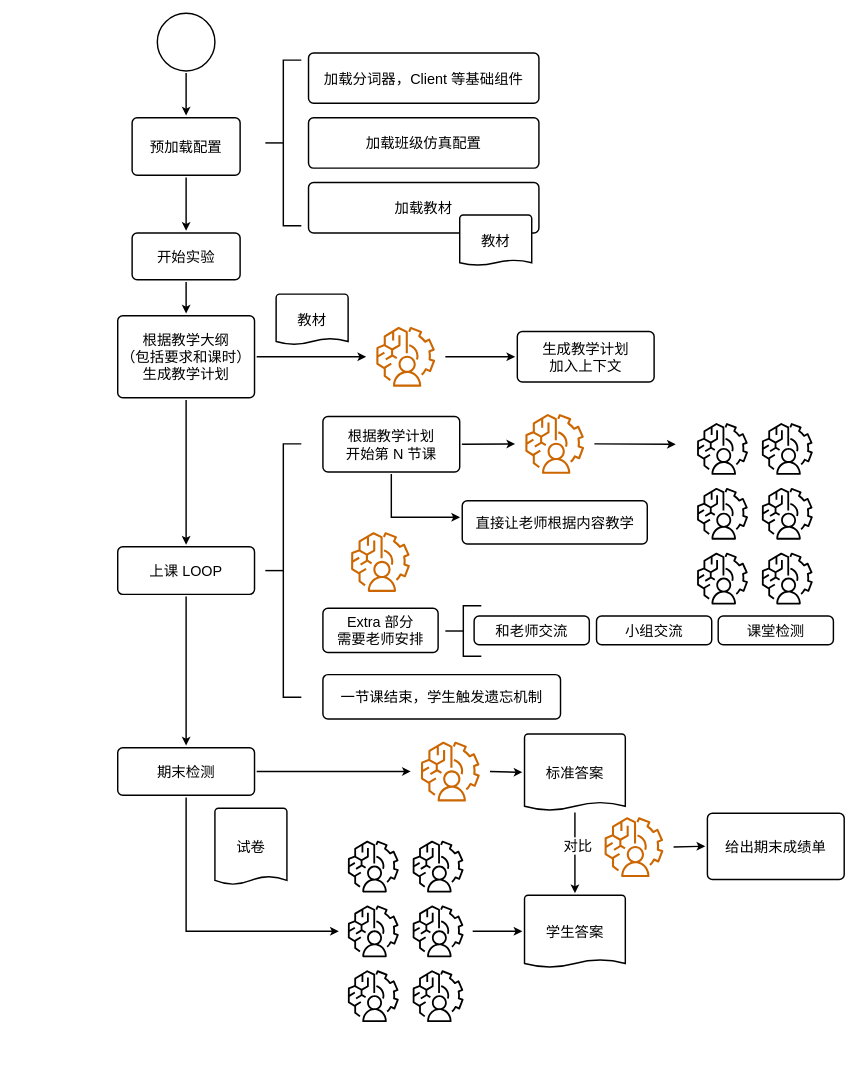
DAWN0ER/ai-class keeps this draw.io diagram as 实验流程.drawio. Above is the earlier version. Source tidied: cells renumbered, new cells numbered last; positions are measured from the earlier drawing's top-left corner, leaving out a move shared by most shapes. Both pictures are drawn from the tidied source at 72%, with x=0, y=0 at pixel (117, 13).
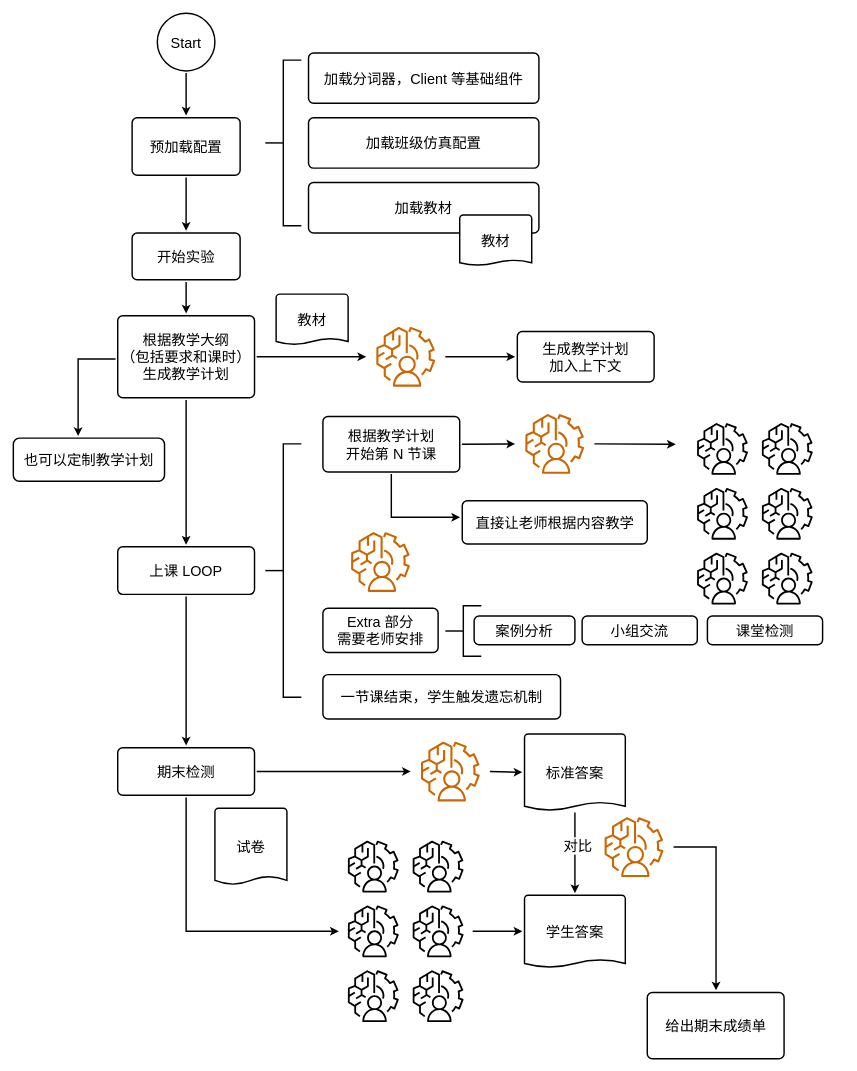
After the change.

Unchanged cells that the change refers to:
```xml
<mxCell id="17" value="根据教学大纲&lt;br&gt;（包括要求和课时）&lt;br&gt;生成教学计划" style="rounded=1;whiteSpace=wrap;html=1;absoluteArcSize=1;arcSize=14;strokeWidth=2;strokeColor=default;align=center;verticalAlign=middle;fontFamily=Helvetica;fontSize=20;fontColor=default;fillColor=default;" parent="1" vertex="1">
  <mxGeometry y="420" width="190" height="114" as="geometry" />
</mxCell>
<mxCell id="60" style="sketch=0;points=[[0,0,0],[0.25,0,0],[0.5,0,0],[0.75,0,0],[1,0,0],[0,1,0],[0.25,1,0],[0.5,1,0],[0.75,1,0],[1,1,0],[0,0.25,0],[0,0.5,0],[0,0.75,0],[1,0.25,0],[1,0.5,0],[1,0.75,0]];outlineConnect=0;fillColor=none;strokeColor=#CC6600;dashed=0;verticalLabelPosition=bottom;verticalAlign=top;align=center;html=1;fontSize=12;fontStyle=0;shape=mxgraph.aws4.resourceIcon;resIcon=mxgraph.aws4.augmented_ai;rounded=1;strokeWidth=2;fontFamily=Helvetica;" parent="1" vertex="1">
  <mxGeometry x="665" y="1106" width="104" height="104" as="geometry" />
</mxCell>
```

What changed in the source:
```diff
@@
-    <mxCell id="5" style="strokeWidth=2;html=1;shape=mxgraph.flowchart.start_2;whiteSpace=wrap;rounded=1;strokeColor=default;align=center;verticalAlign=middle;fontFamily=Helvetica;fontSize=20;fontColor=default;fillColor=default;" parent="1" vertex="1">
+    <mxCell id="5" value="Start" style="strokeWidth=2;html=1;shape=mxgraph.flowchart.start_2;whiteSpace=wrap;rounded=1;strokeColor=default;align=center;verticalAlign=middle;fontFamily=Helvetica;fontSize=20;fontColor=default;fillColor=default;" parent="1" vertex="1">
       <mxGeometry x="55" width="80" height="80" as="geometry" />
     </mxCell>
@@
+    <mxCell id="62" style="edgeStyle=orthogonalEdgeStyle;rounded=0;jettySize=auto;html=1;fontSize=20;strokeWidth=2;sourcePerimeterSpacing=3;targetPerimeterSpacing=3;" parent="1" edge="1" source="17" target="63">
+      <mxGeometry relative="1" as="geometry">
+        <Array as="points">
+          <mxPoint x="-55" y="480" />
+        </Array>
+      </mxGeometry>
+    </mxCell>
@@
     <mxCell id="37" value="小组交流" style="rounded=1;whiteSpace=wrap;html=1;absoluteArcSize=1;arcSize=14;strokeWidth=2;strokeColor=default;align=center;verticalAlign=middle;fontFamily=Helvetica;fontSize=20;fontColor=default;fillColor=default;" parent="1" vertex="1">
-      <mxGeometry x="665" y="837" width="160" height="40" as="geometry" />
+      <mxGeometry x="645" y="837" width="160" height="40" as="geometry" />
     </mxCell>
-    <mxCell id="38" value="和老师交流" style="rounded=1;whiteSpace=wrap;html=1;absoluteArcSize=1;arcSize=14;strokeWidth=2;strokeColor=default;align=center;verticalAlign=middle;fontFamily=Helvetica;fontSize=20;fontColor=default;fillColor=default;" parent="1" vertex="1">
-      <mxGeometry x="495" y="837" width="160" height="40" as="geometry" />
+    <mxCell id="38" value="案例分析" style="rounded=1;whiteSpace=wrap;html=1;absoluteArcSize=1;arcSize=14;strokeWidth=2;strokeColor=default;align=center;verticalAlign=middle;fontFamily=Helvetica;fontSize=20;fontColor=default;fillColor=default;" parent="1" vertex="1">
+      <mxGeometry x="495" y="837" width="140" height="40" as="geometry" />
     </mxCell>
     <mxCell id="39" value="课堂检测" style="rounded=1;whiteSpace=wrap;html=1;absoluteArcSize=1;arcSize=14;strokeWidth=2;strokeColor=default;align=center;verticalAlign=middle;fontFamily=Helvetica;fontSize=20;fontColor=default;fillColor=default;" parent="1" vertex="1">
-      <mxGeometry x="834" y="837" width="160" height="40" as="geometry" />
+      <mxGeometry x="819" y="837" width="160" height="40" as="geometry" />
     </mxCell>
@@
     <mxCell id="59" style="edgeStyle=orthogonalEdgeStyle;shape=connector;rounded=0;jumpStyle=arc;jettySize=auto;html=1;labelBackgroundColor=default;strokeColor=default;strokeWidth=2;align=center;verticalAlign=middle;fontFamily=Helvetica;fontSize=20;fontColor=default;endArrow=classic;sourcePerimeterSpacing=3;targetPerimeterSpacing=3;" parent="1" edge="1" source="60" target="61">
-      <mxGeometry relative="1" as="geometry" />
+      <mxGeometry relative="1" as="geometry">
+        <Array as="points">
+          <mxPoint x="831" y="1158" />
+        </Array>
+      </mxGeometry>
     </mxCell>
@@
     <mxCell id="61" value="给出期末成绩单" style="rounded=1;whiteSpace=wrap;html=1;absoluteArcSize=1;arcSize=14;strokeWidth=2;strokeColor=default;align=center;verticalAlign=middle;fontFamily=Helvetica;fontSize=20;fontColor=default;fillColor=default;" parent="1" vertex="1">
-      <mxGeometry x="819" y="1111" width="190" height="92" as="geometry" />
+      <mxGeometry x="735.5" y="1360" width="190" height="92" as="geometry" />
     </mxCell>
+    <mxCell id="63" value="也可以定制教学计划" style="whiteSpace=wrap;html=1;fontSize=20;rounded=1;arcSize=14;strokeWidth=2;" parent="1" vertex="1">
+      <mxGeometry x="-145" y="590" width="210" height="60" as="geometry" />
+    </mxCell>
```
